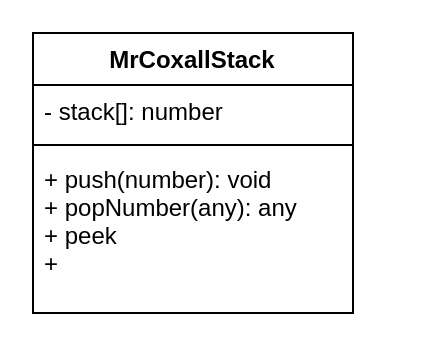
Before: UML.drawio in Peter-Gemmell/ics4u-Unit2-04-typescript, a draw.io diagram. Source tidied: cells renumbered, new cells numbered last; positions are measured from the earlier drawing's top-left corner, leaving out a move shared by most shapes. Both pictures are drawn from the tidied source at 200%, with x=0, y=0 at pixel (32, 32).
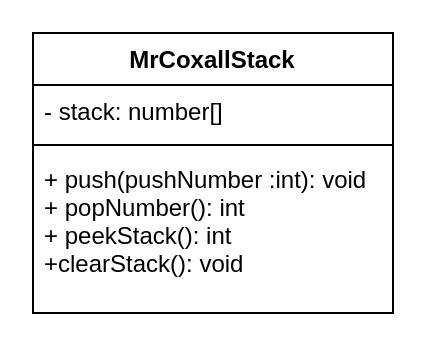
The same diagram, later.

The edit, as a diff of the source:
```diff
@@
 <mxGraphModel>
   <root>
     <mxCell id="0" />
     <mxCell id="1" parent="0" />
     <mxCell id="2" value="MrCoxallStack" style="swimlane;fontStyle=1;align=center;verticalAlign=top;horizontal=1;startSize=26;" parent="1" vertex="1">
-      <mxGeometry width="160" height="140" as="geometry" />
+      <mxGeometry width="180" height="140" as="geometry" />
     </mxCell>
-    <mxCell id="3" value="- stack[]: number" style="text;strokeColor=none;fillColor=none;align=left;verticalAlign=top;spacingLeft=4;spacingRight=4;overflow=hidden;" parent="2" vertex="1">
-      <mxGeometry y="26" width="160" height="26" as="geometry" />
+    <mxCell id="3" value="- stack: number[]" style="text;strokeColor=none;fillColor=none;align=left;verticalAlign=top;spacingLeft=4;spacingRight=4;overflow=hidden;" parent="2" vertex="1">
+      <mxGeometry y="26" width="180" height="26" as="geometry" />
     </mxCell>
     <mxCell id="4" style="line;strokeWidth=1;fillColor=none;align=left;verticalAlign=middle;spacingTop=-1;spacingLeft=3;spacingRight=3;labelPosition=right;" parent="2" vertex="1">
-      <mxGeometry y="52" width="160" height="8" as="geometry" />
+      <mxGeometry y="52" width="180" height="8" as="geometry" />
     </mxCell>
-    <mxCell id="5" value="+ push(number): void&#10;+ popNumber(any): any&#10;+ peek&#10;+" style="text;strokeColor=none;fillColor=none;align=left;verticalAlign=top;spacingLeft=4;spacingRight=4;overflow=hidden;" parent="2" vertex="1">
-      <mxGeometry y="60" width="160" height="80" as="geometry" />
+    <mxCell id="5" value="+ push(pushNumber :int): void&#10;+ popNumber(): int&#10;+ peekStack(): int&#10;+clearStack(): void" style="text;strokeColor=none;fillColor=none;align=left;verticalAlign=top;spacingLeft=4;spacingRight=4;overflow=hidden;" parent="2" vertex="1">
+      <mxGeometry y="60" width="180" height="80" as="geometry" />
     </mxCell>
   </root>
 </mxGraphModel>
```
